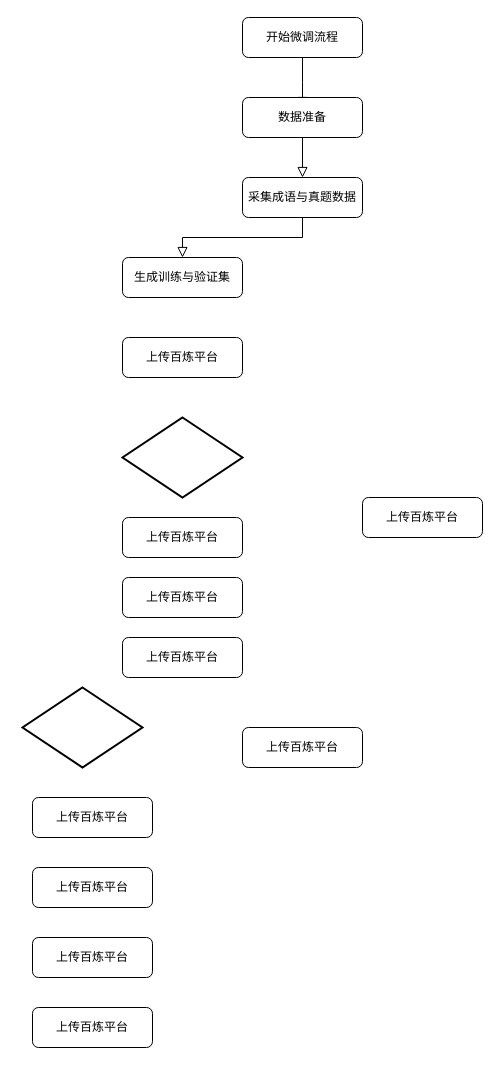
Above: 未命名绘图.drawio in mommob/git-demo (draw.io), before the change. Source tidied: cells renumbered, new cells numbered last; positions are measured from the earlier drawing's top-left corner, leaving out a move shared by most shapes. Both pictures are drawn from the tidied source at 100%, with x=0, y=0 at pixel (22, 17).
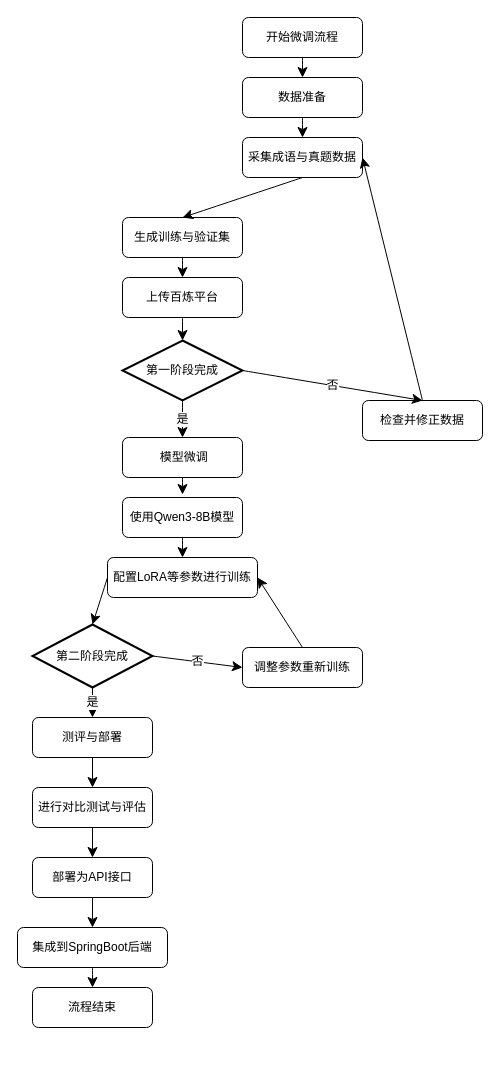
The same diagram, later.

Commit message:
【完成】AI训练流程图.drawio

Unchanged cells that the change refers to:
```xml
<mxCell id="3" value="开始微调流程" style="rounded=1;whiteSpace=wrap;html=1;fontSize=12;glass=0;strokeWidth=1;shadow=0;" parent="1" vertex="1">
  <mxGeometry x="220" width="120" height="40" as="geometry" />
</mxCell>
```

Change to the diagram source:
```diff
@@
-    <mxCell id="2" style="rounded=0;html=1;jettySize=auto;fontSize=11;endArrow=block;endFill=0;endSize=8;strokeWidth=1;shadow=0;labelBackgroundColor=none;edgeStyle=orthogonalEdgeStyle;" parent="1" edge="1" source="3">
-      <mxGeometry relative="1" as="geometry">
-        <mxPoint x="280" y="90" as="targetPoint" />
-      </mxGeometry>
-    </mxCell>
+    <mxCell id="21" style="edgeStyle=none;curved=1;rounded=0;jettySize=auto;html=1;exitX=0.5;exitY=1;exitDx=0;exitDy=0;entryX=0.5;entryY=0;entryDx=0;entryDy=0;fontSize=12;startSize=8;endSize=8;" parent="1" edge="1" source="3" target="4">
+      <mxGeometry relative="1" as="geometry" />
+    </mxCell>
@@
+    <mxCell id="8" style="edgeStyle=none;curved=1;rounded=0;jettySize=auto;html=1;exitX=0.5;exitY=1;exitDx=0;exitDy=0;fontSize=12;startSize=8;endSize=8;" parent="1" edge="1" source="4" target="7">
+      <mxGeometry relative="1" as="geometry" />
+    </mxCell>
     <mxCell id="4" value="数据准备" style="rounded=1;whiteSpace=wrap;html=1;fontSize=12;glass=0;strokeWidth=1;shadow=0;" parent="1" vertex="1">
-      <mxGeometry x="220" y="80" width="120" height="40" as="geometry" />
+      <mxGeometry x="220" y="60" width="120" height="40" as="geometry" />
     </mxCell>
+    <mxCell id="22" style="edgeStyle=none;curved=1;rounded=0;jettySize=auto;html=1;exitX=0.5;exitY=1;exitDx=0;exitDy=0;entryX=0.5;entryY=0;entryDx=0;entryDy=0;fontSize=12;startSize=8;endSize=8;" parent="1" edge="1" source="6" target="9">
+      <mxGeometry relative="1" as="geometry" />
+    </mxCell>
+    <mxCell id="6" value="生成训练与验证集" style="rounded=1;whiteSpace=wrap;html=1;fontSize=12;glass=0;strokeWidth=1;shadow=0;" parent="1" vertex="1">
+      <mxGeometry x="100" y="200" width="120" height="40" as="geometry" />
+    </mxCell>
-    <mxCell id="5" style="rounded=0;html=1;jettySize=auto;fontSize=11;endArrow=block;endFill=0;endSize=8;strokeWidth=1;shadow=0;labelBackgroundColor=none;edgeStyle=orthogonalEdgeStyle;exitX=0.5;exitY=1;exitDx=0;exitDy=0;" parent="1" edge="1" source="7" target="6">
-      <mxGeometry x="0.33" y="20" relative="1" as="geometry" />
+    <mxCell id="5" style="edgeStyle=none;curved=1;rounded=0;jettySize=auto;html=1;exitX=0.5;exitY=1;exitDx=0;exitDy=0;entryX=0.5;entryY=0;entryDx=0;entryDy=0;fontSize=12;startSize=8;endSize=8;" parent="1" edge="1" source="7" target="6">
+      <mxGeometry relative="1" as="geometry" />
     </mxCell>
-    <mxCell id="6" value="生成训练与验证集" style="rounded=1;whiteSpace=wrap;html=1;fontSize=12;glass=0;strokeWidth=1;shadow=0;" parent="1" vertex="1">
-      <mxGeometry x="100" y="240" width="120" height="40" as="geometry" />
-    </mxCell>
     <mxCell id="7" value="采集成语与真题数据" style="rounded=1;whiteSpace=wrap;html=1;fontSize=12;glass=0;strokeWidth=1;shadow=0;" parent="1" vertex="1">
-      <mxGeometry x="220" y="160" width="120" height="40" as="geometry" />
+      <mxGeometry x="220" y="120" width="120" height="40" as="geometry" />
     </mxCell>
-    <mxCell id="8" style="rounded=0;html=1;jettySize=auto;fontSize=11;endArrow=block;endFill=0;endSize=8;strokeWidth=1;shadow=0;labelBackgroundColor=none;edgeStyle=orthogonalEdgeStyle;entryX=0.5;entryY=0;entryDx=0;entryDy=0;exitX=0.5;exitY=1;exitDx=0;exitDy=0;" parent="1" edge="1" source="4" target="7">
-      <mxGeometry x="0.33" y="20" relative="1" as="geometry" />
-    </mxCell>
     <mxCell id="9" value="上传百炼平台" style="rounded=1;whiteSpace=wrap;html=1;" parent="1" vertex="1">
-      <mxGeometry x="100" y="320" width="120" height="40" as="geometry" />
+      <mxGeometry x="100" y="260" width="120" height="40" as="geometry" />
     </mxCell>
+    <mxCell id="23" style="edgeStyle=none;curved=1;rounded=0;jettySize=auto;html=1;exitX=0.5;exitY=0;exitDx=0;exitDy=0;entryX=1;entryY=0.5;entryDx=0;entryDy=0;fontSize=12;startSize=8;endSize=8;" parent="1" edge="1" source="10" target="7">
+      <mxGeometry relative="1" as="geometry" />
+    </mxCell>
-    <mxCell id="10" value="上传百炼平台" style="rounded=1;whiteSpace=wrap;html=1;" parent="1" vertex="1">
-      <mxGeometry x="340" y="480" width="120" height="40" as="geometry" />
+    <mxCell id="10" value="检查并修正数据" style="rounded=1;whiteSpace=wrap;html=1;" parent="1" vertex="1">
+      <mxGeometry x="340" y="383" width="120" height="40" as="geometry" />
     </mxCell>
+    <mxCell id="24" value="是" style="edgeStyle=none;curved=1;rounded=0;jettySize=auto;html=1;exitX=0.5;exitY=1;exitDx=0;exitDy=0;exitPerimeter=0;fontSize=12;startSize=8;endSize=8;" parent="1" edge="1" source="11" target="12">
+      <mxGeometry relative="1" as="geometry" />
+    </mxCell>
+    <mxCell id="25" value="否" style="edgeStyle=none;curved=1;rounded=0;jettySize=auto;html=1;exitX=1;exitY=0.5;exitDx=0;exitDy=0;exitPerimeter=0;entryX=0.5;entryY=0;entryDx=0;entryDy=0;fontSize=12;startSize=8;endSize=8;" parent="1" edge="1" source="11" target="10">
+      <mxGeometry relative="1" as="geometry" />
+    </mxCell>
-    <mxCell id="11" style="strokeWidth=2;html=1;shape=mxgraph.flowchart.decision;whiteSpace=wrap;" parent="1" vertex="1">
-      <mxGeometry x="100" y="400" width="120" height="80" as="geometry" />
+    <mxCell id="11" value="第一阶段完成" style="strokeWidth=2;html=1;shape=mxgraph.flowchart.decision;whiteSpace=wrap;" parent="1" vertex="1">
+      <mxGeometry x="100" y="323" width="120" height="60" as="geometry" />
     </mxCell>
+    <mxCell id="26" style="edgeStyle=none;curved=1;rounded=0;jettySize=auto;html=1;exitX=0.5;exitY=1;exitDx=0;exitDy=0;fontSize=12;startSize=8;endSize=8;" parent="1" edge="1" source="12">
+      <mxGeometry relative="1" as="geometry">
+        <mxPoint x="160" y="477" as="targetPoint" />
+      </mxGeometry>
+    </mxCell>
-    <mxCell id="12" value="上传百炼平台" style="rounded=1;whiteSpace=wrap;html=1;" parent="1" vertex="1">
-      <mxGeometry x="100" y="500" width="120" height="40" as="geometry" />
+    <mxCell id="12" value="&amp;nbsp;模型微调" style="rounded=1;whiteSpace=wrap;html=1;" parent="1" vertex="1">
+      <mxGeometry x="100" y="420" width="120" height="40" as="geometry" />
     </mxCell>
+    <mxCell id="27" style="edgeStyle=none;curved=1;rounded=0;jettySize=auto;html=1;exitX=0.5;exitY=1;exitDx=0;exitDy=0;entryX=0.5;entryY=0;entryDx=0;entryDy=0;fontSize=12;startSize=8;endSize=8;" parent="1" edge="1" source="13" target="14">
+      <mxGeometry relative="1" as="geometry" />
+    </mxCell>
-    <mxCell id="13" value="上传百炼平台" style="rounded=1;whiteSpace=wrap;html=1;" parent="1" vertex="1">
-      <mxGeometry x="100" y="560" width="120" height="40" as="geometry" />
+    <mxCell id="13" value="使用Qwen3-8B模型" style="rounded=1;whiteSpace=wrap;html=1;" parent="1" vertex="1">
+      <mxGeometry x="100" y="480" width="120" height="40" as="geometry" />
     </mxCell>
-    <mxCell id="14" value="上传百炼平台" style="rounded=1;whiteSpace=wrap;html=1;" parent="1" vertex="1">
-      <mxGeometry x="100" y="620" width="120" height="40" as="geometry" />
+    <mxCell id="14" value="配置LoRA等参数进行训练" style="rounded=1;whiteSpace=wrap;html=1;" parent="1" vertex="1">
+      <mxGeometry x="85" y="540" width="150" height="40" as="geometry" />
     </mxCell>
+    <mxCell id="28" style="edgeStyle=none;curved=1;rounded=0;jettySize=auto;html=1;exitX=0.5;exitY=0;exitDx=0;exitDy=0;entryX=1;entryY=0.5;entryDx=0;entryDy=0;fontSize=12;startSize=8;endSize=8;" parent="1" edge="1" source="15" target="14">
+      <mxGeometry relative="1" as="geometry" />
+    </mxCell>
-    <mxCell id="15" value="上传百炼平台" style="rounded=1;whiteSpace=wrap;html=1;" parent="1" vertex="1">
-      <mxGeometry x="220" y="710" width="120" height="40" as="geometry" />
+    <mxCell id="15" value="调整参数重新训练" style="rounded=1;whiteSpace=wrap;html=1;" parent="1" vertex="1">
+      <mxGeometry x="220" y="630" width="120" height="40" as="geometry" />
     </mxCell>
+    <mxCell id="29" value="是" style="edgeStyle=none;curved=1;rounded=0;jettySize=auto;html=1;exitX=0.5;exitY=1;exitDx=0;exitDy=0;exitPerimeter=0;entryX=0.5;entryY=0;entryDx=0;entryDy=0;fontSize=12;startSize=8;endSize=8;" parent="1" edge="1" source="16" target="17">
+      <mxGeometry relative="1" as="geometry" />
+    </mxCell>
+    <mxCell id="30" value="否" style="edgeStyle=none;curved=1;rounded=0;jettySize=auto;html=1;exitX=1;exitY=0.5;exitDx=0;exitDy=0;exitPerimeter=0;entryX=0;entryY=0.5;entryDx=0;entryDy=0;fontSize=12;startSize=8;endSize=8;" parent="1" edge="1" source="16" target="15">
+      <mxGeometry relative="1" as="geometry" />
+    </mxCell>
-    <mxCell id="16" style="strokeWidth=2;html=1;shape=mxgraph.flowchart.decision;whiteSpace=wrap;" parent="1" vertex="1">
-      <mxGeometry y="670" width="120" height="80" as="geometry" />
+    <mxCell id="16" value="第二阶段完成" style="strokeWidth=2;html=1;shape=mxgraph.flowchart.decision;whiteSpace=wrap;" parent="1" vertex="1">
+      <mxGeometry x="10" y="607" width="120" height="63" as="geometry" />
     </mxCell>
+    <mxCell id="31" style="edgeStyle=none;curved=1;rounded=0;jettySize=auto;html=1;exitX=0.5;exitY=1;exitDx=0;exitDy=0;entryX=0.5;entryY=0;entryDx=0;entryDy=0;fontSize=12;startSize=8;endSize=8;" parent="1" edge="1" source="17" target="18">
+      <mxGeometry relative="1" as="geometry" />
+    </mxCell>
-    <mxCell id="17" value="上传百炼平台" style="rounded=1;whiteSpace=wrap;html=1;" parent="1" vertex="1">
-      <mxGeometry x="10" y="780" width="120" height="40" as="geometry" />
+    <mxCell id="17" value="测评与部署" style="rounded=1;whiteSpace=wrap;html=1;" parent="1" vertex="1">
+      <mxGeometry x="10" y="700" width="120" height="40" as="geometry" />
     </mxCell>
+    <mxCell id="32" style="edgeStyle=none;curved=1;rounded=0;jettySize=auto;html=1;exitX=0.5;exitY=1;exitDx=0;exitDy=0;entryX=0.5;entryY=0;entryDx=0;entryDy=0;fontSize=12;startSize=8;endSize=8;" parent="1" edge="1" source="18" target="19">
+      <mxGeometry relative="1" as="geometry" />
+    </mxCell>
-    <mxCell id="18" value="上传百炼平台" style="rounded=1;whiteSpace=wrap;html=1;" parent="1" vertex="1">
-      <mxGeometry x="10" y="850" width="120" height="40" as="geometry" />
+    <mxCell id="18" value="进行对比测试与评估" style="rounded=1;whiteSpace=wrap;html=1;" parent="1" vertex="1">
+      <mxGeometry x="10" y="770" width="120" height="40" as="geometry" />
     </mxCell>
+    <mxCell id="33" style="edgeStyle=none;curved=1;rounded=0;jettySize=auto;html=1;exitX=0.5;exitY=1;exitDx=0;exitDy=0;entryX=0.5;entryY=0;entryDx=0;entryDy=0;fontSize=12;startSize=8;endSize=8;" parent="1" edge="1" source="19" target="20">
+      <mxGeometry relative="1" as="geometry" />
+    </mxCell>
-    <mxCell id="19" value="上传百炼平台" style="rounded=1;whiteSpace=wrap;html=1;" parent="1" vertex="1">
-      <mxGeometry x="10" y="920" width="120" height="40" as="geometry" />
+    <mxCell id="19" value="部署为API接口" style="rounded=1;whiteSpace=wrap;html=1;" parent="1" vertex="1">
+      <mxGeometry x="10" y="840" width="120" height="40" as="geometry" />
     </mxCell>
+    <mxCell id="34" style="edgeStyle=none;curved=1;rounded=0;jettySize=auto;html=1;exitX=0.5;exitY=1;exitDx=0;exitDy=0;entryX=0.5;entryY=0;entryDx=0;entryDy=0;fontSize=12;startSize=8;endSize=8;" parent="1" edge="1" source="20" target="35">
+      <mxGeometry relative="1" as="geometry" />
+    </mxCell>
-    <mxCell id="20" value="上传百炼平台" style="rounded=1;whiteSpace=wrap;html=1;" parent="1" vertex="1">
-      <mxGeometry x="10" y="990" width="120" height="40" as="geometry" />
+    <mxCell id="20" value="集成到SpringBoot后端" style="rounded=1;whiteSpace=wrap;html=1;" parent="1" vertex="1">
+      <mxGeometry x="-5" y="910" width="150" height="40" as="geometry" />
     </mxCell>
+    <mxCell id="35" value="流程结束" style="rounded=1;whiteSpace=wrap;html=1;" parent="1" vertex="1">
+      <mxGeometry x="10" y="970" width="120" height="40" as="geometry" />
+    </mxCell>
+    <mxCell id="36" style="edgeStyle=none;curved=1;rounded=0;jettySize=auto;html=1;exitX=0.5;exitY=1;exitDx=0;exitDy=0;entryX=0.5;entryY=0;entryDx=0;entryDy=0;entryPerimeter=0;fontSize=12;startSize=8;endSize=8;" parent="1" edge="1" source="9" target="11">
+      <mxGeometry relative="1" as="geometry" />
+    </mxCell>
+    <mxCell id="37" style="edgeStyle=none;curved=1;rounded=0;jettySize=auto;html=1;exitX=0;exitY=0.5;exitDx=0;exitDy=0;entryX=0.5;entryY=0;entryDx=0;entryDy=0;entryPerimeter=0;fontSize=12;startSize=8;endSize=8;" parent="1" edge="1" source="14" target="16">
+      <mxGeometry relative="1" as="geometry" />
+    </mxCell>
```
